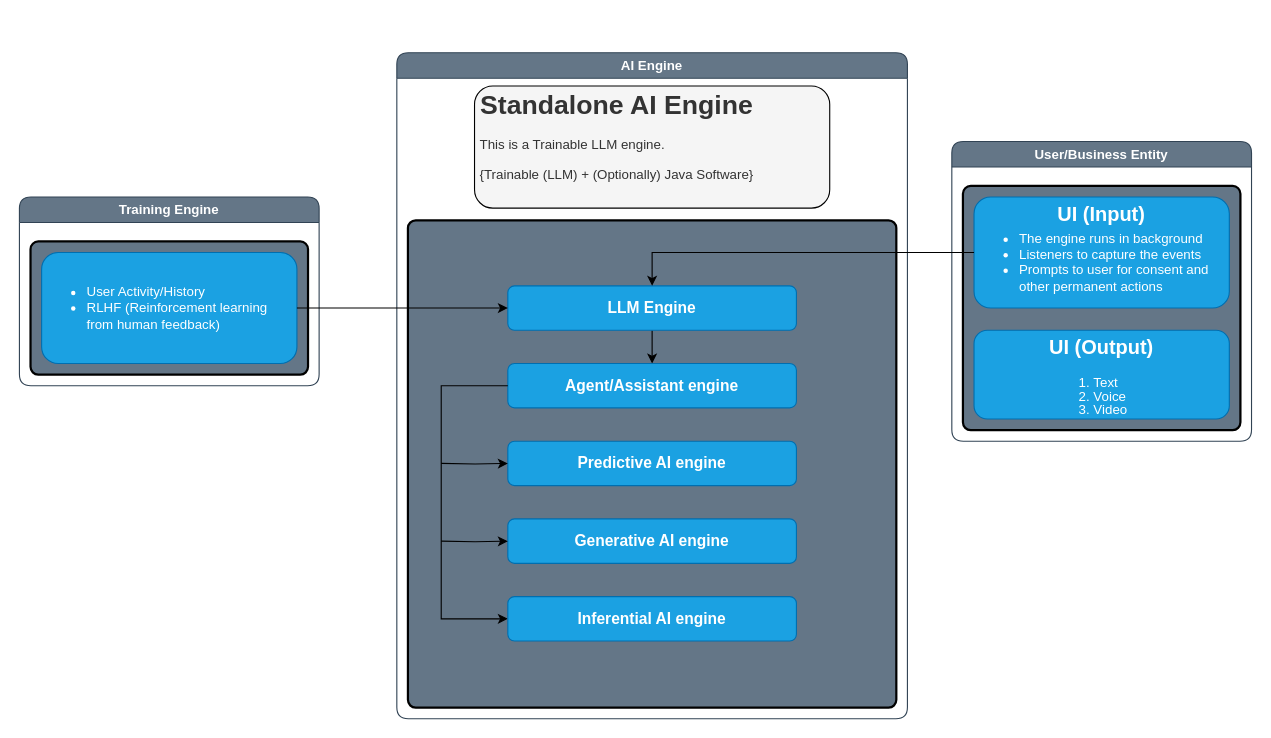
Earlier version of the draw.io diagram page "Page-2" (2 of 2) of System-Design.drawio (Pramosh-Sursa/AI-POC). Source tidied: cells renumbered, new cells numbered last; positions are measured from the earlier drawing's top-left corner, leaving out a move shared by most shapes. Both pictures are drawn from the tidied source at 111%, with x=0, y=0 at pixel (19, 52).
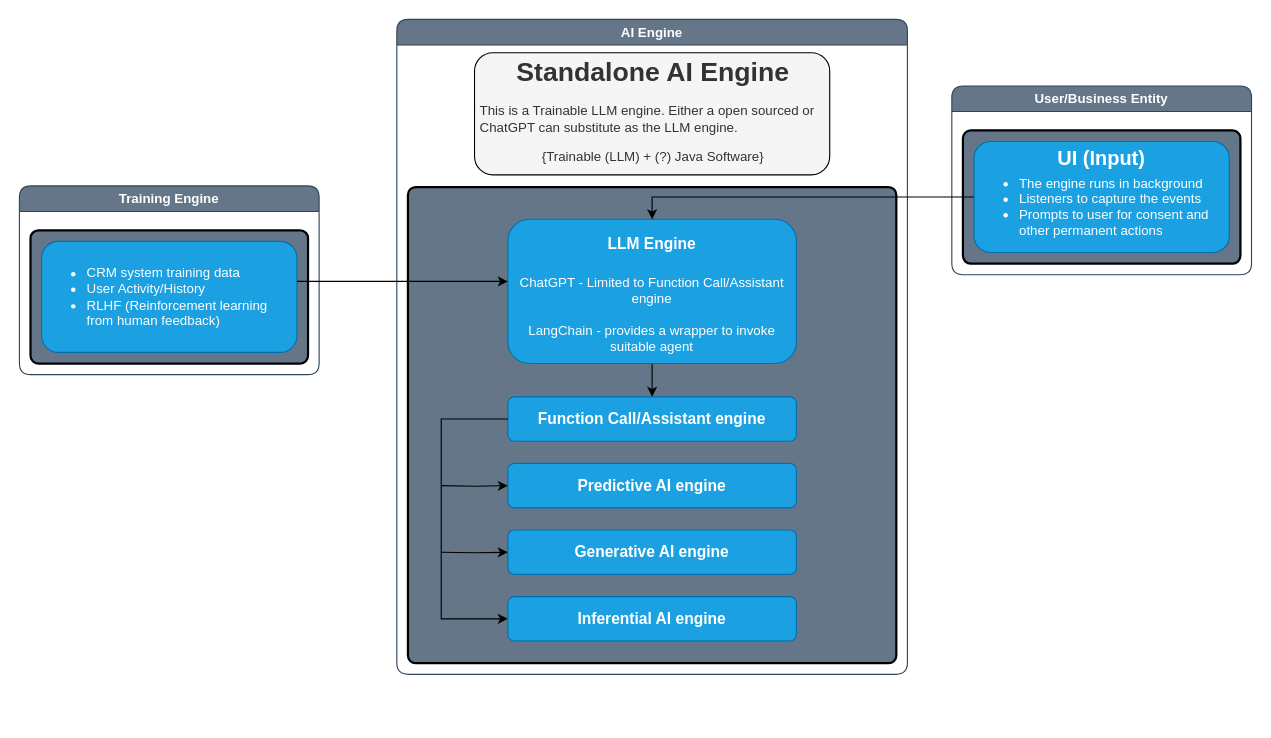
The same page after the edit.

Commit message:
AI Engine completed

Unchanged cells that the change refers to:
```xml
<mxCell id="4" value="&lt;h2 style=&quot;line-height: 0%;&quot;&gt;UI (Input)&lt;/h2&gt;&lt;div&gt;&lt;ul&gt;&lt;li&gt;&lt;div align=&quot;left&quot;&gt;The engine runs in background &lt;br&gt;&lt;/div&gt;&lt;/li&gt;&lt;li&gt;&lt;div align=&quot;left&quot;&gt;Listeners to capture the events&lt;br&gt;&lt;/div&gt;&lt;/li&gt;&lt;li&gt;&lt;div align=&quot;left&quot;&gt;Prompts to user for consent and other permanent actions&lt;br&gt;&lt;/div&gt;&lt;/li&gt;&lt;/ul&gt;&lt;/div&gt;" style="rounded=1;whiteSpace=wrap;html=1;fillColor=#1ba1e2;fontColor=#ffffff;strokeColor=#006EAF;" parent="2" vertex="1">
  <mxGeometry x="20" y="50" width="230" height="100" as="geometry" />
</mxCell>
```

The edit, as a diff of the source:
```diff
@@
     <mxCell id="2" value="User/Business Entity" style="swimlane;whiteSpace=wrap;html=1;rounded=1;fillColor=#647687;fontColor=#ffffff;strokeColor=#314354;" parent="1" vertex="1">
-      <mxGeometry x="840" y="80" width="270" height="270" as="geometry" />
+      <mxGeometry x="840" y="30" width="270" height="170" as="geometry" />
     </mxCell>
     <mxCell id="3" style="rounded=1;whiteSpace=wrap;html=1;absoluteArcSize=1;arcSize=14;strokeWidth=2;fillColor=#647687;" parent="2" vertex="1">
-      <mxGeometry x="10" y="40" width="250" height="220" as="geometry" />
+      <mxGeometry x="10" y="40" width="250" height="120" as="geometry" />
     </mxCell>
@@
-    <mxCell id="5" value="&lt;p style=&quot;line-height: 120%;&quot;&gt;&lt;/p&gt;&lt;h2&gt;UI (Output)&lt;/h2&gt;&lt;div&gt;&lt;ol style=&quot;line-height: 100%;&quot;&gt;&lt;li&gt;&lt;div align=&quot;left&quot;&gt;Text&lt;/div&gt;&lt;/li&gt;&lt;li&gt;&lt;div align=&quot;left&quot;&gt;Voice&lt;/div&gt;&lt;/li&gt;&lt;li&gt;&lt;div align=&quot;left&quot;&gt;Video&lt;/div&gt;&lt;/li&gt;&lt;/ol&gt;&lt;/div&gt;&lt;p&gt;&lt;/p&gt;" style="rounded=1;whiteSpace=wrap;html=1;fillColor=#1ba1e2;fontColor=#ffffff;strokeColor=#006EAF;" parent="2" vertex="1">
-      <mxGeometry x="20" y="170" width="230" height="80" as="geometry" />
-    </mxCell>
     <mxCell id="6" value="&lt;div&gt;AI Engine&lt;/div&gt;" style="swimlane;whiteSpace=wrap;html=1;rounded=1;fillColor=#647687;fontColor=#ffffff;strokeColor=#314354;glass=0;fillStyle=auto;gradientColor=none;" parent="1" vertex="1">
-      <mxGeometry x="340" width="460" height="600" as="geometry" />
+      <mxGeometry x="340" y="-30" width="460" height="590" as="geometry" />
     </mxCell>
     <mxCell id="7" style="rounded=1;whiteSpace=wrap;html=1;absoluteArcSize=1;arcSize=14;strokeWidth=2;fillColor=#647687;" parent="6" vertex="1">
-      <mxGeometry x="10" y="151" width="440" height="439" as="geometry" />
+      <mxGeometry x="10" y="151" width="440" height="429" as="geometry" />
     </mxCell>
-    <mxCell id="8" value="&lt;h1 style=&quot;line-height: 100%;&quot; align=&quot;center&quot;&gt;Standalone AI Engine&lt;br&gt;&lt;/h1&gt;&lt;p style=&quot;line-height: 120%;&quot;&gt;This is a Trainable LLM engine. &lt;br&gt;&lt;/p&gt;&lt;p style=&quot;line-height: 120%;&quot;&gt;&lt;/p&gt;&lt;div align=&quot;center&quot;&gt;{Trainable (LLM) + (Optionally) Java Software}&lt;br&gt;&lt;/div&gt;&lt;p&gt;&lt;br&gt;&lt;/p&gt;&lt;p style=&quot;line-height: 120%;&quot;&gt;&lt;/p&gt;" style="text;html=1;strokeColor=#000000;fillColor=#f5f5f5;spacing=5;spacingTop=-20;whiteSpace=wrap;overflow=hidden;rounded=1;fontColor=#333333;glass=0;shadow=0;" parent="6" vertex="1">
+    <mxCell id="8" value="&lt;h1 style=&quot;line-height: 100%;&quot; align=&quot;center&quot;&gt;Standalone AI Engine&lt;br&gt;&lt;/h1&gt;&lt;p style=&quot;line-height: 120%;&quot;&gt;This is a Trainable LLM engine. Either a open sourced or ChatGPT can substitute as the LLM engine.&lt;br&gt;&lt;/p&gt;&lt;p style=&quot;line-height: 120%;&quot;&gt;&lt;/p&gt;&lt;div align=&quot;center&quot;&gt;{Trainable (LLM) + (?) Java Software}&lt;br&gt;&lt;/div&gt;&lt;p&gt;&lt;br&gt;&lt;/p&gt;&lt;p style=&quot;line-height: 120%;&quot;&gt;&lt;/p&gt;" style="text;html=1;strokeColor=#000000;fillColor=#f5f5f5;spacing=5;spacingTop=-20;whiteSpace=wrap;overflow=hidden;rounded=1;fontColor=#333333;glass=0;shadow=0;" parent="6" vertex="1">
       <mxGeometry x="70" y="30" width="320" height="110" as="geometry" />
     </mxCell>
@@
-    <mxCell id="10" value="&lt;h3&gt;LLM Engine&lt;br&gt;&lt;/h3&gt;" style="rounded=1;whiteSpace=wrap;html=1;fillColor=#1ba1e2;fontColor=#ffffff;strokeColor=#006EAF;" parent="6" vertex="1">
-      <mxGeometry x="100" y="210" width="260" height="40" as="geometry" />
+    <mxCell id="10" value="&lt;h3 style=&quot;line-height: 0%;&quot;&gt;LLM Engine&lt;br&gt;&lt;/h3&gt;&lt;div&gt;&lt;br&gt;&lt;/div&gt;&lt;div style=&quot;line-height: 120%;&quot;&gt;ChatGPT - Limited to Function Call/Assistant engine&lt;/div&gt;&lt;div&gt;&lt;br&gt;&lt;/div&gt;&lt;div&gt;LangChain - provides a wrapper to invoke suitable agent&lt;br&gt;&lt;/div&gt;" style="rounded=1;whiteSpace=wrap;html=1;fillColor=#1ba1e2;fontColor=#ffffff;strokeColor=#006EAF;" parent="6" vertex="1">
+      <mxGeometry x="100" y="180" width="260" height="130" as="geometry" />
     </mxCell>
     <mxCell id="11" value="&lt;h3&gt;Predictive AI engine&lt;/h3&gt;" style="rounded=1;whiteSpace=wrap;html=1;fillColor=#1ba1e2;fontColor=#ffffff;strokeColor=#006EAF;" parent="6" vertex="1">
-      <mxGeometry x="100" y="350" width="260" height="40" as="geometry" />
+      <mxGeometry x="100" y="400" width="260" height="40" as="geometry" />
     </mxCell>
     <mxCell id="12" value="&lt;h3&gt;Generative AI engine&lt;/h3&gt;" style="rounded=1;whiteSpace=wrap;html=1;fillColor=#1ba1e2;fontColor=#ffffff;strokeColor=#006EAF;" parent="6" vertex="1">
-      <mxGeometry x="100" y="420" width="260" height="40" as="geometry" />
+      <mxGeometry x="100" y="460" width="260" height="40" as="geometry" />
     </mxCell>
-    <mxCell id="13" value="&lt;h3&gt;Agent/Assistant engine&lt;/h3&gt;" style="rounded=1;whiteSpace=wrap;html=1;fillColor=#1ba1e2;fontColor=#ffffff;strokeColor=#006EAF;" parent="6" vertex="1">
-      <mxGeometry x="100" y="280" width="260" height="40" as="geometry" />
+    <mxCell id="13" value="&lt;h3&gt;Function Call/Assistant engine&lt;/h3&gt;" style="rounded=1;whiteSpace=wrap;html=1;fillColor=#1ba1e2;fontColor=#ffffff;strokeColor=#006EAF;" parent="6" vertex="1">
+      <mxGeometry x="100" y="340" width="260" height="40" as="geometry" />
     </mxCell>
     <mxCell id="14" style="endArrow=classic;html=1;rounded=0;edgeStyle=orthogonalEdgeStyle;entryX=0;entryY=0.5;entryDx=0;entryDy=0;shadow=0;exitX=0;exitY=0.5;exitDx=0;exitDy=0;" parent="6" edge="1" source="13" target="16">
       <mxGeometry relative="1" as="geometry">
         <Array as="points">
-          <mxPoint x="40" y="300" />
-          <mxPoint x="40" y="510" />
+          <mxPoint x="40" y="360" />
+          <mxPoint x="40" y="540" />
         </Array>
       </mxGeometry>
     </mxCell>
     <mxCell id="15" style="endArrow=classic;html=1;rounded=0;edgeStyle=orthogonalEdgeStyle;entryX=0;entryY=0.5;entryDx=0;entryDy=0;" parent="6" edge="1" target="11">
       <mxGeometry relative="1" as="geometry">
-        <mxPoint x="40" y="370" as="sourcePoint" />
+        <mxPoint x="40" y="420" as="sourcePoint" />
       </mxGeometry>
     </mxCell>
     <mxCell id="16" value="&lt;h3&gt;Inferential AI engine&lt;/h3&gt;" style="rounded=1;whiteSpace=wrap;html=1;fillColor=#1ba1e2;fontColor=#ffffff;strokeColor=#006EAF;" parent="6" vertex="1">
-      <mxGeometry x="100" y="490" width="260" height="40" as="geometry" />
+      <mxGeometry x="100" y="520" width="260" height="40" as="geometry" />
     </mxCell>
     <mxCell id="17" style="endArrow=classic;html=1;rounded=0;edgeStyle=orthogonalEdgeStyle;entryX=0;entryY=0.5;entryDx=0;entryDy=0;" parent="6" edge="1" target="12">
       <mxGeometry relative="1" as="geometry">
-        <mxPoint x="40" y="440" as="sourcePoint" />
+        <mxPoint x="40" y="480" as="sourcePoint" />
       </mxGeometry>
     </mxCell>
     <mxCell id="18" style="endArrow=classic;html=1;rounded=0;edgeStyle=orthogonalEdgeStyle;exitX=0;exitY=0.5;exitDx=0;exitDy=0;entryX=0.5;entryY=0;entryDx=0;entryDy=0;" parent="1" edge="1" source="4" target="10">
       <mxGeometry relative="1" as="geometry">
         <Array as="points">
-          <mxPoint x="570" y="180" />
+          <mxPoint x="570" y="130" />
         </Array>
       </mxGeometry>
     </mxCell>
     <mxCell id="19" value="Training Engine" style="swimlane;whiteSpace=wrap;html=1;rounded=1;fillColor=#647687;fontColor=#ffffff;strokeColor=#314354;" parent="1" vertex="1">
-      <mxGeometry y="130" width="270" height="170" as="geometry" />
+      <mxGeometry y="120" width="270" height="170" as="geometry" />
     </mxCell>
@@
-    <mxCell id="21" value="&lt;ul&gt;&lt;li&gt;&lt;div align=&quot;left&quot;&gt;User Activity/History&lt;/div&gt;&lt;/li&gt;&lt;li&gt;&lt;div align=&quot;left&quot;&gt;RLHF (Reinforcement learning from human feedback)&lt;br&gt;&lt;/div&gt;&lt;/li&gt;&lt;/ul&gt;" style="rounded=1;whiteSpace=wrap;html=1;fillColor=#1ba1e2;fontColor=#ffffff;strokeColor=#006EAF;" parent="19" vertex="1">
+    <mxCell id="21" value="&lt;ul&gt;&lt;li&gt;&lt;div align=&quot;left&quot;&gt;CRM system training data&lt;br&gt;&lt;/div&gt;&lt;/li&gt;&lt;li&gt;&lt;div align=&quot;left&quot;&gt;User Activity/History&lt;/div&gt;&lt;/li&gt;&lt;li&gt;&lt;div align=&quot;left&quot;&gt;RLHF (Reinforcement learning from human feedback)&lt;br&gt;&lt;/div&gt;&lt;/li&gt;&lt;/ul&gt;" style="rounded=1;whiteSpace=wrap;html=1;fillColor=#1ba1e2;fontColor=#ffffff;strokeColor=#006EAF;" parent="19" vertex="1">
       <mxGeometry x="20" y="50" width="230" height="100" as="geometry" />
     </mxCell>
-    <mxCell id="22" style="edgeStyle=orthogonalEdgeStyle;rounded=0;jettySize=auto;html=1;entryX=0;entryY=0.5;entryDx=0;entryDy=0;" parent="1" edge="1" source="21" target="10">
-      <mxGeometry relative="1" as="geometry" />
+    <mxCell id="22" style="edgeStyle=orthogonalEdgeStyle;rounded=0;jettySize=auto;html=1;entryX=0;entryY=0.431;entryDx=0;entryDy=0;entryPerimeter=0;" parent="1" edge="1" source="21" target="10">
+      <mxGeometry relative="1" as="geometry">
+        <Array as="points">
+          <mxPoint x="300" y="206" />
+          <mxPoint x="300" y="206" />
+        </Array>
+      </mxGeometry>
     </mxCell>
```
